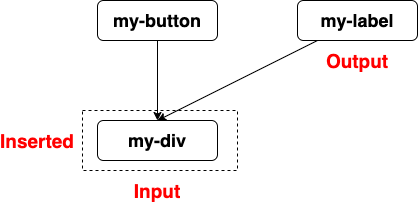
Before: Python3/Dash/img/Dash_8.png, a diagram exported from draw.io (lin-chen-DLA/lin-chen-DLA.github.io). Source tidied: cells renumbered, new cells last; positions are measured from the earlier drawing's top-left corner, leaving out a move shared by most shapes.
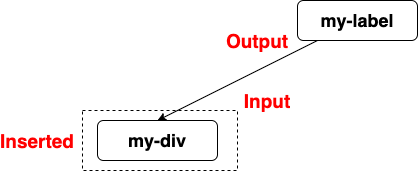
After the commit.

Change to the diagram source:
```diff
@@ -5,12 +5,6 @@
     <mxCell id="2" style="rounded=0;whiteSpace=wrap;html=1;dashed=1;" parent="1" vertex="1">
       <mxGeometry x="65" y="110" width="155" height="60" as="geometry" />
     </mxCell>
-    <mxCell id="3" style="edgeStyle=orthogonalEdgeStyle;rounded=0;jettySize=auto;html=1;entryX=0.5;entryY=0;entryDx=0;entryDy=0;" parent="1" edge="1" source="4" target="5">
-      <mxGeometry relative="1" as="geometry" />
-    </mxCell>
-    <mxCell id="4" value="&lt;font style=&quot;font-size: 18px&quot;&gt;&lt;b&gt;my-button&lt;/b&gt;&lt;/font&gt;" style="rounded=1;whiteSpace=wrap;html=1;" parent="1" vertex="1">
-      <mxGeometry x="80" width="120" height="40" as="geometry" />
-    </mxCell>
     <mxCell id="5" value="&lt;font style=&quot;font-size: 18px&quot;&gt;&lt;b&gt;my-div&lt;/b&gt;&lt;/font&gt;" style="rounded=1;whiteSpace=wrap;html=1;" parent="1" vertex="1">
       <mxGeometry x="80" y="120" width="120" height="40" as="geometry" />
     </mxCell>
@@ -24,10 +18,10 @@
       <mxGeometry y="130" width="40" height="20" as="geometry" />
     </mxCell>
     <mxCell id="9" value="&lt;font color=&quot;#ff0000&quot;&gt;&lt;span style=&quot;font-size: 19px&quot;&gt;&lt;b&gt;Output&lt;/b&gt;&lt;/span&gt;&lt;/font&gt;" style="text;html=1;strokeColor=none;fillColor=none;align=center;verticalAlign=middle;whiteSpace=wrap;rounded=0;dashed=1;" parent="1" vertex="1">
-      <mxGeometry x="320" y="50" width="40" height="20" as="geometry" />
+      <mxGeometry x="220" y="30" width="40" height="20" as="geometry" />
     </mxCell>
     <mxCell id="10" value="&lt;font color=&quot;#ff0000&quot;&gt;&lt;span style=&quot;font-size: 19px&quot;&gt;&lt;b&gt;Input&lt;/b&gt;&lt;/span&gt;&lt;/font&gt;" style="text;html=1;strokeColor=none;fillColor=none;align=center;verticalAlign=middle;whiteSpace=wrap;rounded=0;dashed=1;" parent="1" vertex="1">
-      <mxGeometry x="120" y="180" width="40" height="20" as="geometry" />
+      <mxGeometry x="230" y="90" width="40" height="20" as="geometry" />
     </mxCell>
   </root>
 </mxGraphModel>
```
